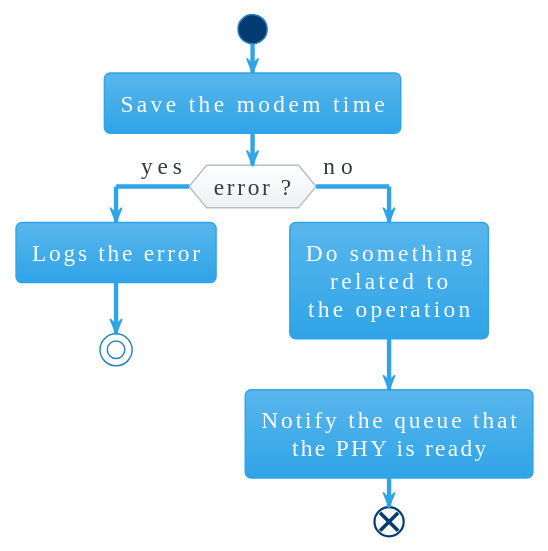
Earlier version of the PlantUML export doc/diagrams/phy_handler_basic_callback.svg (Terrazed/bachelor-project_dect-nr-plus-harq). Source of this version:
```plantuml
@startuml
!theme cerulean
skinparam DefaultFontSize 16
skinparam defaultFontName Gotham Black

skinparam defaultTextAlignment center

start
:Save the modem time;
if (error ?) then (yes)
    :Logs the error;
    stop
else (no)
    :Do something
    related to
    the operation;

    :Notify the queue that
    the PHY is ready;
    end
endif
@enduml
```
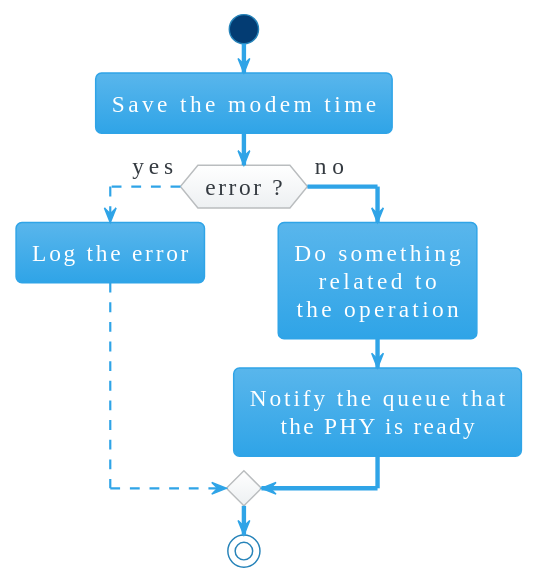
After the change.

Change to the diagram source:
```diff
@@ -8,8 +8,9 @@
 start
 :Save the modem time;
 if (error ?) then (yes)
-    :Logs the error;
-    stop
+    -[dashed]->
+    :Log the error;
+    -[dashed]->
 else (no)
     :Do something
     related to
@@ -17,6 +18,6 @@
 
     :Notify the queue that
     the PHY is ready;
-    end
 endif
+stop
 @enduml
```
